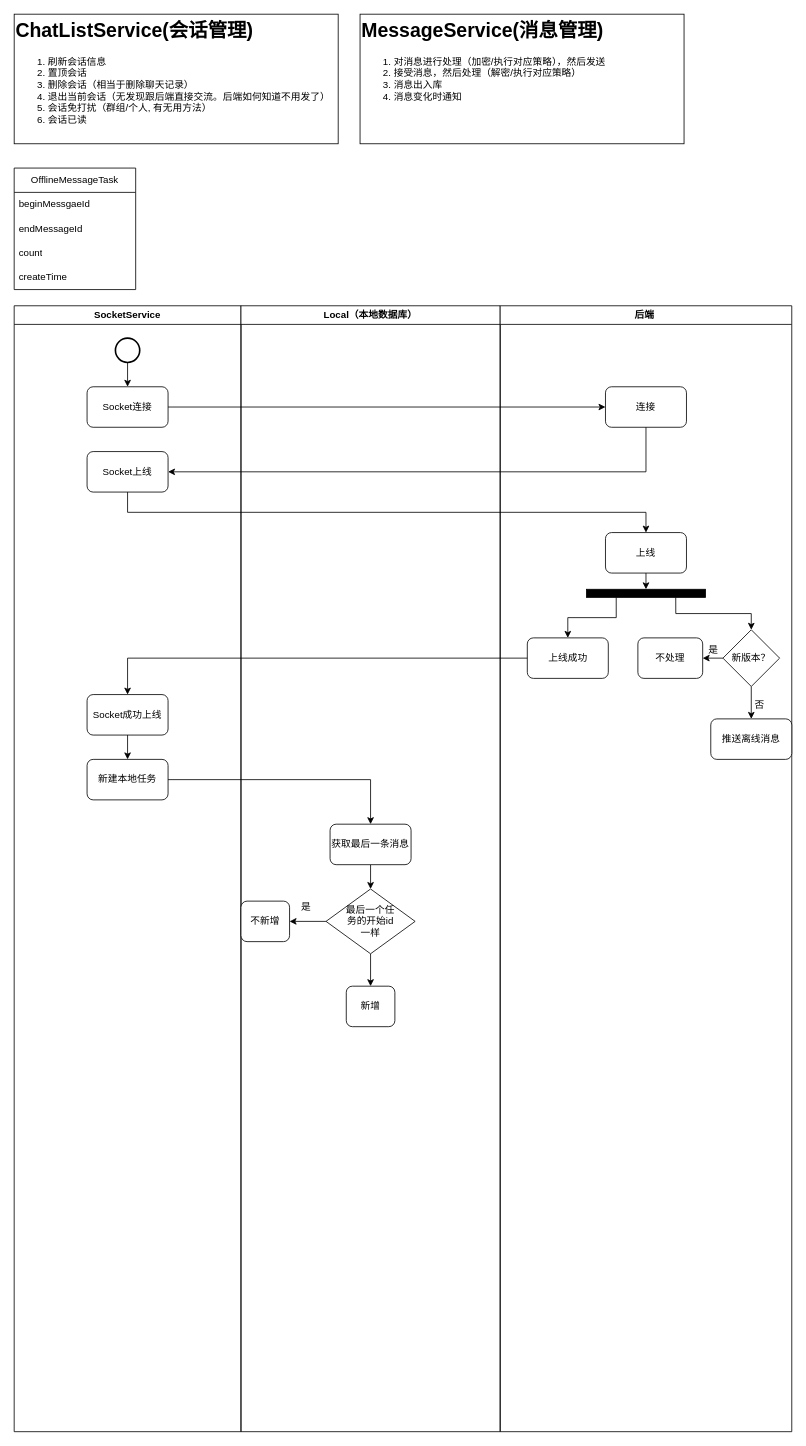
Above: draw/message.drawio in Jonty1997/personal_sources (draw.io), before the change. Source tidied: cells renumbered, new cells numbered last; positions are measured from the earlier drawing's top-left corner, leaving out a move shared by most shapes. Both pictures are drawn from the tidied source at 81%, with x=0, y=0 at pixel (14, 14).
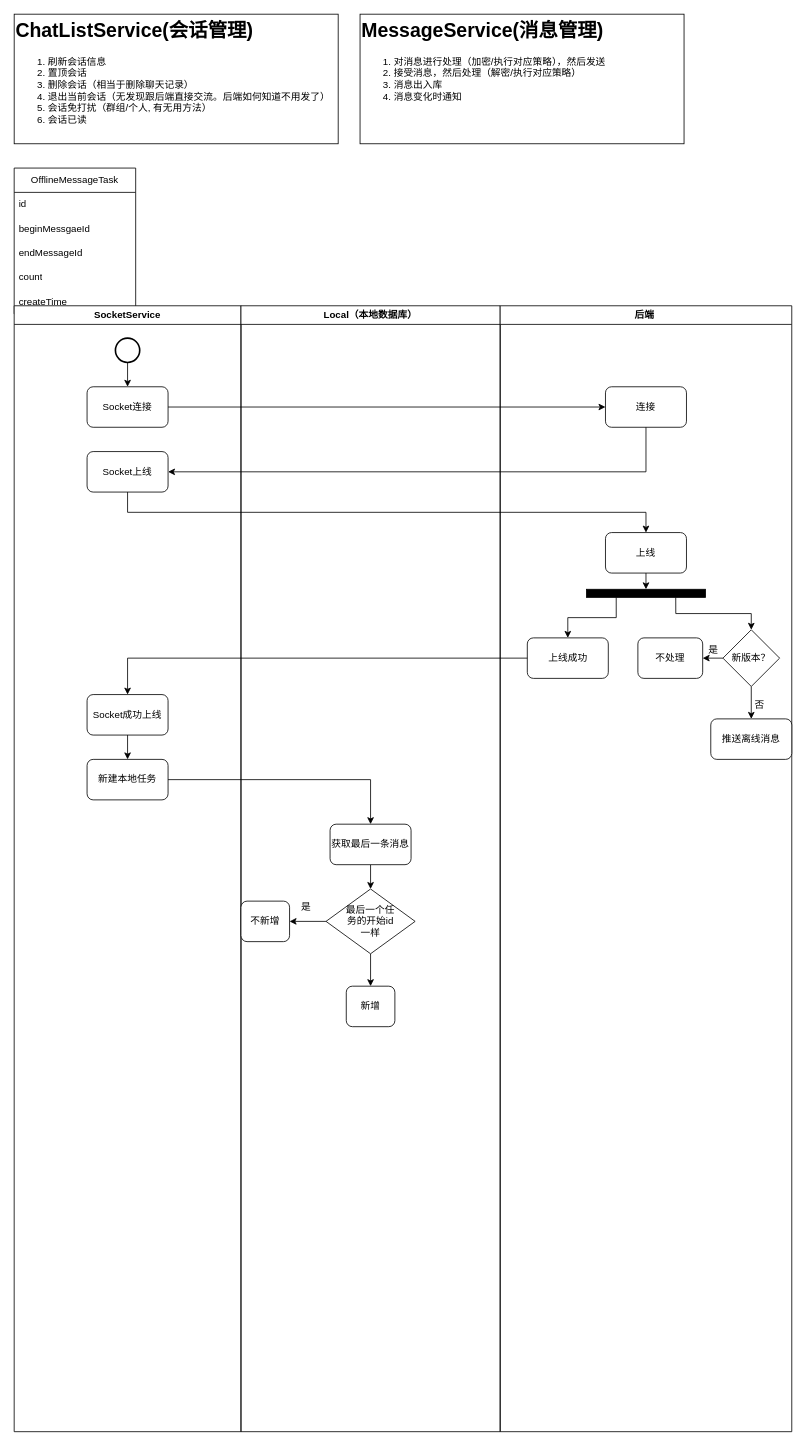
Above is the later version.

Unchanged cells that the change refers to:
```xml
<mxCell id="2" style="group;" parent="1" vertex="1">
  <mxGeometry width="410" height="340" as="geometry" />
</mxCell>
```

Change to the diagram source:
```diff
@@
     <mxCell id="5" value="OfflineMessageTask" style="swimlane;fontStyle=0;horizontal=1;startSize=30;whiteSpace=wrap;html=1;" parent="2" vertex="1">
-      <mxGeometry y="190" width="150" height="150" as="geometry" />
+      <mxGeometry y="190" width="150" height="180" as="geometry" />
     </mxCell>
+    <mxCell id="52" value="id" style="text;strokeColor=none;fillColor=none;align=left;verticalAlign=middle;spacingLeft=4;spacingRight=4;overflow=hidden;whiteSpace=wrap;html=1;" parent="5" vertex="1">
+      <mxGeometry y="30" width="150" height="30" as="geometry" />
+    </mxCell>
     <mxCell id="6" value="beginMessgaeId" style="text;strokeColor=none;fillColor=none;align=left;verticalAlign=middle;spacingLeft=4;spacingRight=4;overflow=hidden;whiteSpace=wrap;html=1;" parent="5" vertex="1">
-      <mxGeometry y="30" width="150" height="30" as="geometry" />
+      <mxGeometry y="60" width="150" height="30" as="geometry" />
     </mxCell>
     <mxCell id="7" value="endMessageId" style="text;strokeColor=none;fillColor=none;align=left;verticalAlign=middle;spacingLeft=4;spacingRight=4;overflow=hidden;whiteSpace=wrap;html=1;" parent="5" vertex="1">
-      <mxGeometry y="60" width="150" height="30" as="geometry" />
+      <mxGeometry y="90" width="150" height="30" as="geometry" />
     </mxCell>
     <mxCell id="8" value="count" style="text;strokeColor=none;fillColor=none;align=left;verticalAlign=middle;spacingLeft=4;spacingRight=4;overflow=hidden;whiteSpace=wrap;html=1;" parent="5" vertex="1">
-      <mxGeometry y="90" width="150" height="30" as="geometry" />
+      <mxGeometry y="120" width="150" height="30" as="geometry" />
     </mxCell>
     <mxCell id="9" value="createTime" style="text;strokeColor=none;fillColor=none;align=left;verticalAlign=middle;spacingLeft=4;spacingRight=4;overflow=hidden;whiteSpace=wrap;html=1;" parent="5" vertex="1">
-      <mxGeometry y="120" width="150" height="30" as="geometry" />
+      <mxGeometry y="150" width="150" height="30" as="geometry" />
     </mxCell>
```
